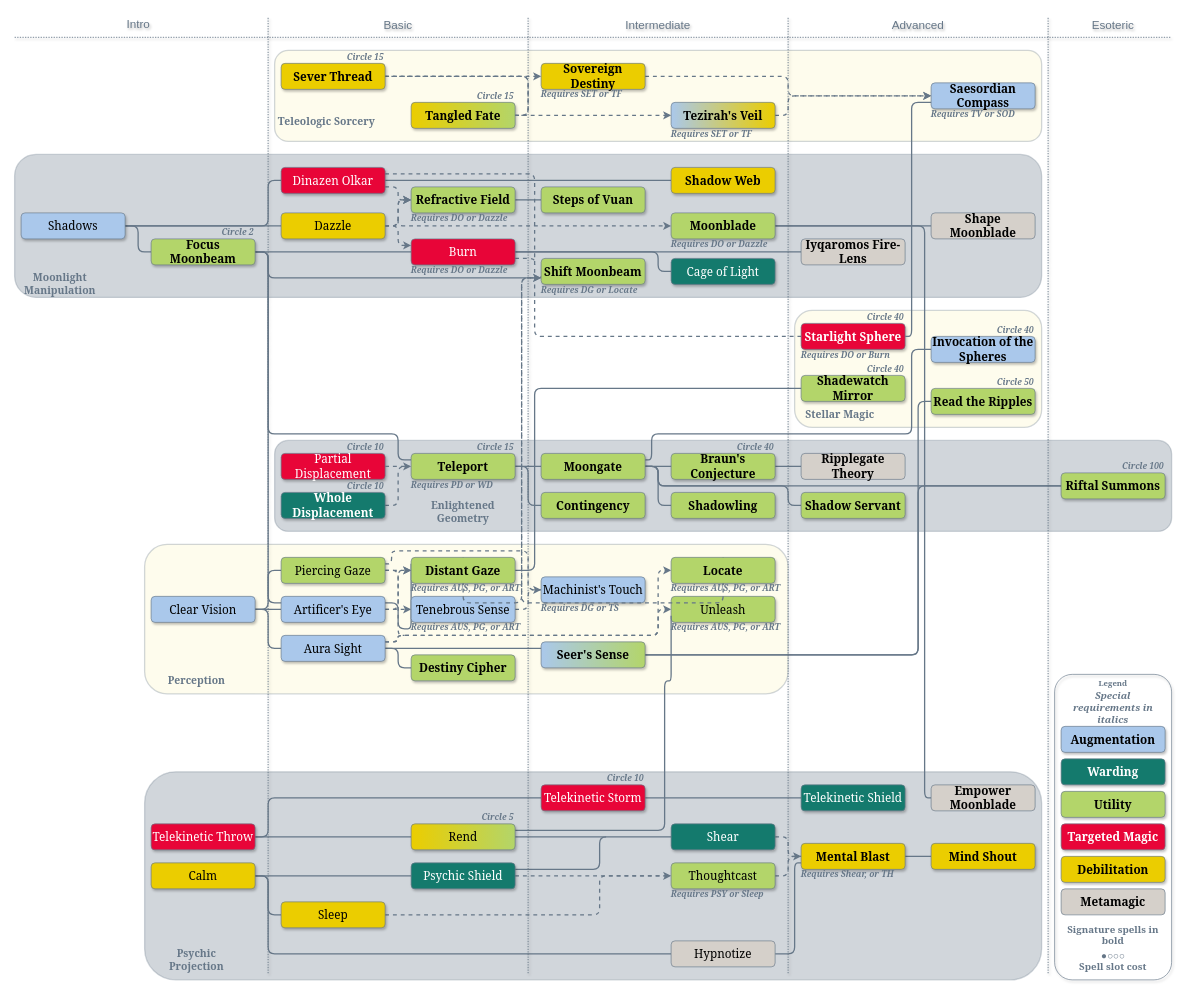
MahtraDR/dr-spell-trees keeps this draw.io diagram as Moon Mage/Moon_Mage.drawio. Above is the earlier version. Source tidied: cells renumbered, new cells numbered last; positions are measured from the earlier drawing's top-left corner, leaving out a move shared by most shapes. Both pictures are drawn from the tidied source at 65%, with x=0, y=0 at pixel (14, 11).
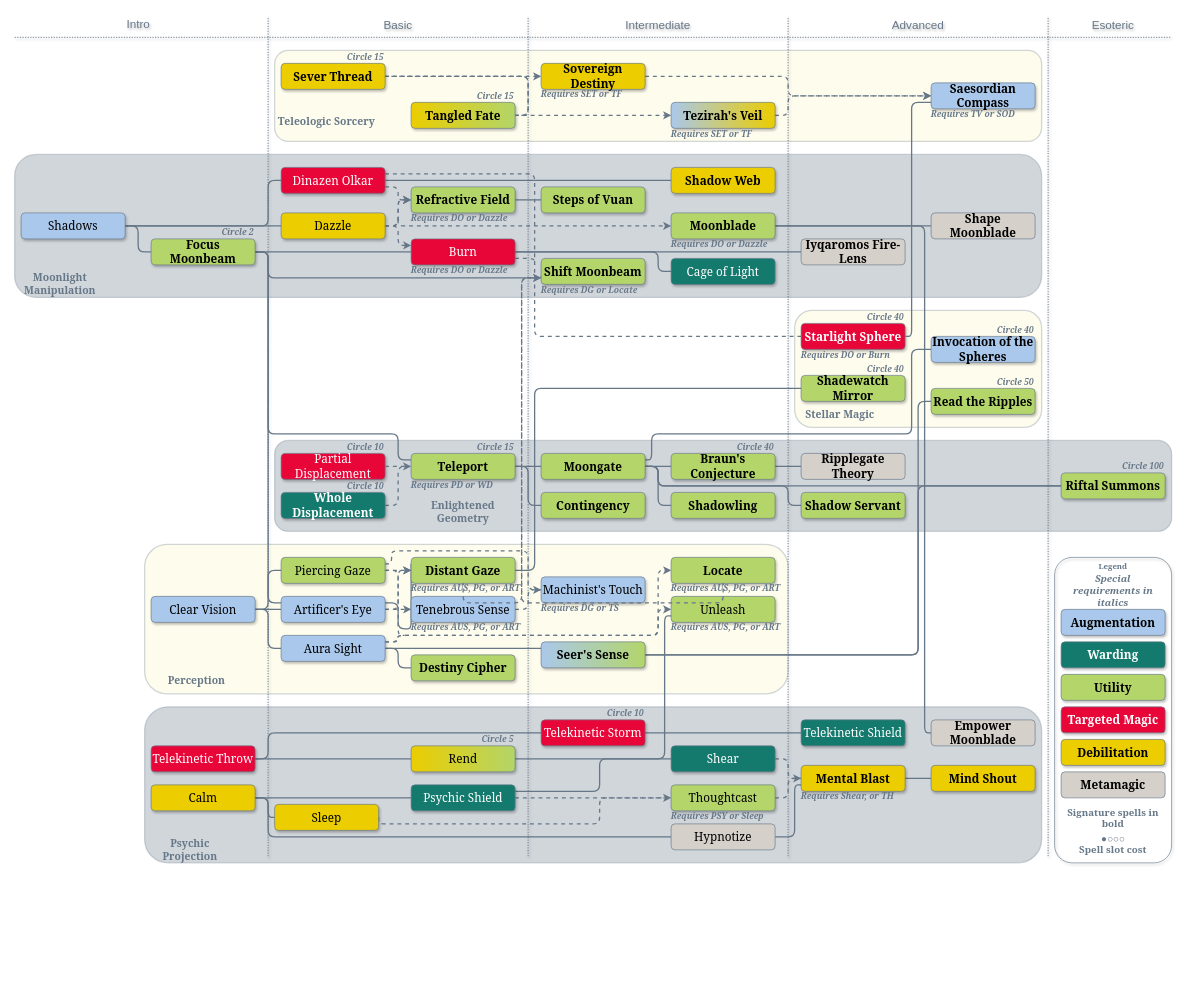
The same diagram, later.

The change refers to these unchanged cells:
```xml
<mxCell id="56" value="Moonblade" style="rounded=1;strokeWidth=1;strokeColor=#667788;textShadow=0;labelBackgroundColor=none;whiteSpace=wrap;fontSize=18;fontFamily=Georgia;fillColor=#B3D56A;fontColor=#000000;shadow=1;glass=0;align=center;verticalAlign=middle;fontStyle=1;" parent="14" vertex="1">
  <mxGeometry x="1010" y="310" width="160" height="40" as="geometry" />
</mxCell>
<mxCell id="101" value="Unleash" style="rounded=1;strokeWidth=1;strokeColor=#667788;textShadow=0;labelBackgroundColor=none;whiteSpace=wrap;fontSize=18;fontFamily=Georgia;fillColor=#B3D56A;fontColor=#000000;shadow=1;glass=0;align=center;verticalAlign=middle;fontStyle=0;" parent="14" vertex="1">
  <mxGeometry x="1010" y="900" width="160" height="40" as="geometry" />
</mxCell>
```

What changed in the source:
```diff
@@
     <mxCell id="8" style="rounded=1;fontFamily=Helvetica;fontSize=11;fontColor=default;labelBackgroundColor=none;fillColor=#667788;strokeColor=#667788;opacity=30;glass=0;shadow=0;align=center;verticalAlign=middle;gradientColor=none;strokeWidth=2;" parent="1" vertex="1">
-      <mxGeometry x="200" y="1170" width="1380" height="320" as="geometry" />
+      <mxGeometry x="200" y="1070" width="1380" height="240" as="geometry" />
     </mxCell>
@@
     <mxCell id="11" value="Psychic Projection" style="text;align=center;verticalAlign=middle;whiteSpace=wrap;rounded=0;fontStyle=1;fontSize=16;fontFamily=Georgia;fontColor=#667788;strokeColor=none;" parent="1" vertex="1">
-      <mxGeometry x="210" y="1440" width="140" height="40" as="geometry" />
+      <mxGeometry x="200" y="1270" width="140" height="40" as="geometry" />
     </mxCell>
@@
     <mxCell id="23" value="Mental Blast" style="rounded=1;strokeWidth=1;strokeColor=#667788;textShadow=0;labelBackgroundColor=none;whiteSpace=wrap;fontSize=18;fontFamily=Georgia;fillColor=#EBCD00;fontColor=#000000;shadow=1;glass=0;align=center;verticalAlign=middle;fontStyle=1;" parent="14" vertex="1">
-      <mxGeometry x="1210" y="1280" width="160" height="40" as="geometry" />
+      <mxGeometry x="1210" y="1160" width="160" height="40" as="geometry" />
     </mxCell>
@@
     <mxCell id="55" style="edgeStyle=orthogonalEdgeStyle;shape=connector;curved=0;rounded=1;jettySize=auto;html=1;exitX=1;exitY=0.5;exitDx=0;exitDy=0;entryX=0;entryY=0.5;entryDx=0;entryDy=0;strokeColor=#667788;strokeWidth=2;align=center;verticalAlign=middle;fontFamily=Helvetica;fontSize=11;fontColor=default;labelBackgroundColor=default;endArrow=none;endFill=0;jumpStyle=arc;" parent="14" edge="1" source="56" target="137">
       <mxGeometry relative="1" as="geometry">
         <Array as="points">
           <mxPoint x="1400" y="330" />
-          <mxPoint x="1400" y="1210" />
+          <mxPoint x="1400" y="1110" />
         </Array>
       </mxGeometry>
     </mxCell>
@@
     <mxCell id="108" style="edgeStyle=orthogonalEdgeStyle;shape=connector;curved=0;rounded=1;jettySize=auto;html=1;exitX=1;exitY=0.5;exitDx=0;exitDy=0;entryX=0;entryY=0.5;entryDx=0;entryDy=0;strokeColor=#667788;strokeWidth=2;align=center;verticalAlign=middle;fontFamily=Helvetica;fontSize=11;fontColor=default;labelBackgroundColor=default;endArrow=none;endFill=0;" parent="14" edge="1" source="109" target="139">
       <mxGeometry relative="1" as="geometry">
         <Array as="points">
-          <mxPoint x="390" y="1330" />
-          <mxPoint x="390" y="1450" />
+          <mxPoint x="390" y="1210" />
+          <mxPoint x="390" y="1270" />
         </Array>
       </mxGeometry>
     </mxCell>
     <mxCell id="109" value="Calm" style="rounded=1;strokeWidth=1;strokeColor=#667788;textShadow=0;labelBackgroundColor=none;whiteSpace=wrap;fontSize=18;fontFamily=Georgia;fillColor=#EBCD00;fontColor=#000000;shadow=1;glass=0;align=center;verticalAlign=middle;fontStyle=0;" parent="14" vertex="1">
-      <mxGeometry x="210" y="1310" width="160" height="40" as="geometry" />
+      <mxGeometry x="210" y="1190" width="160" height="40" as="geometry" />
     </mxCell>
@@
     <mxCell id="111" style="edgeStyle=orthogonalEdgeStyle;shape=connector;curved=0;rounded=1;jettySize=auto;html=1;exitX=1;exitY=0.5;exitDx=0;exitDy=0;entryX=0;entryY=0.5;entryDx=0;entryDy=0;strokeColor=#667788;strokeWidth=2;align=center;verticalAlign=middle;fontFamily=Helvetica;fontSize=11;fontColor=default;labelBackgroundColor=default;endArrow=none;endFill=0;" parent="14" edge="1" source="112" target="122">
       <mxGeometry relative="1" as="geometry">
         <Array as="points">
-          <mxPoint x="390" y="1270" />
-          <mxPoint x="390" y="1210" />
+          <mxPoint x="390" y="1150" />
+          <mxPoint x="390" y="1110" />
         </Array>
       </mxGeometry>
     </mxCell>
     <mxCell id="112" value="Telekinetic Throw" style="rounded=1;strokeWidth=1;strokeColor=#667788;textShadow=0;labelBackgroundColor=none;whiteSpace=wrap;fontSize=18;fontFamily=Georgia;fillColor=#E80538;fontColor=#FFFFFF;shadow=1;glass=0;align=center;verticalAlign=middle;fontStyle=0;gradientColor=none;gradientDirection=east;" parent="14" vertex="1">
-      <mxGeometry x="210" y="1250" width="160" height="40" as="geometry" />
+      <mxGeometry x="210" y="1130" width="160" height="40" as="geometry" />
     </mxCell>
@@
     <mxCell id="114" style="edgeStyle=orthogonalEdgeStyle;shape=connector;curved=0;rounded=1;jettySize=auto;html=1;exitX=1;exitY=0.25;exitDx=0;exitDy=0;entryX=0;entryY=0.5;entryDx=0;entryDy=0;strokeColor=#667788;strokeWidth=2;align=center;verticalAlign=middle;fontFamily=Helvetica;fontSize=11;fontColor=default;labelBackgroundColor=default;endArrow=none;endFill=0;" parent="14" edge="1" source="115" target="128">
       <mxGeometry relative="1" as="geometry">
         <Array as="points">
-          <mxPoint x="900" y="1320" />
-          <mxPoint x="900" y="1270" />
+          <mxPoint x="900" y="1200" />
+          <mxPoint x="900" y="1150" />
         </Array>
       </mxGeometry>
     </mxCell>
     <mxCell id="115" value="Psychic Shield" style="rounded=1;whiteSpace=wrap;fillColor=#147A6D;labelBackgroundColor=none;fontFamily=Georgia;fontSize=18;strokeColor=#667788;shadow=1;glass=0;strokeWidth=1;align=center;fontStyle=0;verticalAlign=middle;fontColor=#FFFFFF;textShadow=0;" parent="14" vertex="1">
-      <mxGeometry x="610" y="1310" width="160" height="40" as="geometry" />
+      <mxGeometry x="610" y="1190" width="160" height="40" as="geometry" />
     </mxCell>
     <mxCell id="116" style="edgeStyle=orthogonalEdgeStyle;shape=connector;curved=0;rounded=1;jettySize=auto;html=1;exitX=1;exitY=0.5;exitDx=0;exitDy=0;entryX=0;entryY=0.5;entryDx=0;entryDy=0;strokeColor=#667788;strokeWidth=2;align=center;verticalAlign=middle;fontFamily=Helvetica;fontSize=11;fontColor=default;labelBackgroundColor=default;endArrow=classic;endFill=1;dashed=1;" parent="14" edge="1" source="117" target="124">
       <mxGeometry relative="1" as="geometry">
         <Array as="points">
-          <mxPoint x="900" y="1390" />
-          <mxPoint x="900" y="1330" />
+          <mxPoint x="900" y="1250" />
+          <mxPoint x="900" y="1210" />
         </Array>
       </mxGeometry>
     </mxCell>
     <mxCell id="117" value="Sleep" style="rounded=1;strokeWidth=1;strokeColor=#667788;textShadow=0;labelBackgroundColor=none;whiteSpace=wrap;fontSize=18;fontFamily=Georgia;fillColor=#EBCD00;fontColor=#000000;shadow=1;glass=0;align=center;verticalAlign=middle;fontStyle=0;" parent="14" vertex="1">
-      <mxGeometry x="410" y="1370" width="160" height="40" as="geometry" />
+      <mxGeometry x="400" y="1220" width="160" height="40" as="geometry" />
     </mxCell>
-    <mxCell id="118" style="edgeStyle=orthogonalEdgeStyle;shape=connector;curved=0;rounded=1;jettySize=auto;html=1;exitX=1;exitY=0.5;exitDx=0;exitDy=0;strokeColor=#667788;strokeWidth=2;align=center;verticalAlign=middle;fontFamily=Helvetica;fontSize=11;fontColor=default;labelBackgroundColor=default;endArrow=none;endFill=0;" parent="14" edge="1" source="120">
-      <mxGeometry relative="1" as="geometry">
-        <mxPoint x="910" y="1270" as="targetPoint" />
-      </mxGeometry>
-    </mxCell>
-    <mxCell id="119" style="edgeStyle=orthogonalEdgeStyle;shape=connector;curved=0;rounded=1;jettySize=auto;html=1;exitX=1;exitY=0.25;exitDx=0;exitDy=0;entryX=0;entryY=0.75;entryDx=0;entryDy=0;strokeColor=#667788;strokeWidth=2;align=center;verticalAlign=middle;fontFamily=Helvetica;fontSize=11;fontColor=default;labelBackgroundColor=default;endArrow=none;endFill=0;" parent="14" edge="1" source="120" target="101">
+    <mxCell id="119" style="edgeStyle=orthogonalEdgeStyle;shape=connector;curved=0;rounded=1;jettySize=auto;html=1;exitX=1;exitY=0.5;exitDx=0;exitDy=0;entryX=0;entryY=0.75;entryDx=0;entryDy=0;strokeColor=#667788;strokeWidth=2;align=center;verticalAlign=middle;fontFamily=Helvetica;fontSize=11;fontColor=default;labelBackgroundColor=default;endArrow=none;endFill=0;" parent="14" edge="1" source="120" target="101">
       <mxGeometry relative="1" as="geometry">
         <Array as="points">
-          <mxPoint x="1000" y="1260" />
-          <mxPoint x="1000" y="1030" />
+          <mxPoint x="1000" y="1150" />
+          <mxPoint x="1000" y="930" />
         </Array>
       </mxGeometry>
     </mxCell>
     <mxCell id="120" value="Rend" style="rounded=1;strokeWidth=1;strokeColor=#667788;textShadow=0;labelBackgroundColor=none;whiteSpace=wrap;fontSize=18;fontFamily=Georgia;fillColor=#EBCD00;fontColor=#000000;shadow=1;glass=0;align=center;verticalAlign=middle;fontStyle=0;gradientColor=#B3D56A;gradientDirection=east;" parent="14" vertex="1">
-      <mxGeometry x="610" y="1250" width="160" height="40" as="geometry" />
+      <mxGeometry x="610" y="1130" width="160" height="40" as="geometry" />
     </mxCell>
@@
     <mxCell id="122" value="Telekinetic Storm" style="rounded=1;strokeWidth=1;strokeColor=#667788;textShadow=0;labelBackgroundColor=none;whiteSpace=wrap;fontSize=18;fontFamily=Georgia;fillColor=#E80538;fontColor=#FFFFFF;shadow=1;glass=0;align=center;verticalAlign=middle;fontStyle=0;gradientColor=none;gradientDirection=east;" parent="14" vertex="1">
-      <mxGeometry x="810" y="1190" width="160" height="40" as="geometry" />
+      <mxGeometry x="810" y="1090" width="160" height="40" as="geometry" />
     </mxCell>
@@
     <mxCell id="124" value="Thoughtcast" style="rounded=1;strokeWidth=1;strokeColor=#667788;textShadow=0;labelBackgroundColor=none;whiteSpace=wrap;fontSize=18;fontFamily=Georgia;fillColor=#B3D56A;fontColor=#000000;shadow=1;glass=0;align=center;verticalAlign=middle;fontStyle=0;" parent="14" vertex="1">
-      <mxGeometry x="1010" y="1310" width="160" height="40" as="geometry" />
+      <mxGeometry x="1010" y="1190" width="160" height="40" as="geometry" />
     </mxCell>
     <mxCell id="125" value="Mind Shout" style="rounded=1;strokeWidth=1;strokeColor=#667788;textShadow=0;labelBackgroundColor=none;whiteSpace=wrap;fontSize=18;fontFamily=Georgia;fillColor=#EBCD00;fontColor=#000000;shadow=1;glass=0;align=center;verticalAlign=middle;fontStyle=1;" parent="14" vertex="1">
-      <mxGeometry x="1410" y="1280" width="160" height="40" as="geometry" />
+      <mxGeometry x="1410" y="1160" width="160" height="40" as="geometry" />
     </mxCell>
     <mxCell id="126" value="Telekinetic Shield" style="rounded=1;whiteSpace=wrap;fillColor=#147A6D;labelBackgroundColor=none;fontFamily=Georgia;fontSize=18;strokeColor=#667788;shadow=1;glass=0;strokeWidth=1;align=center;fontStyle=0;verticalAlign=middle;fontColor=#FFFFFF;textShadow=0;" parent="14" vertex="1">
-      <mxGeometry x="1210" y="1190" width="160" height="40" as="geometry" />
+      <mxGeometry x="1210" y="1090" width="160" height="40" as="geometry" />
     </mxCell>
@@
     <mxCell id="128" value="Shear" style="rounded=1;whiteSpace=wrap;fillColor=#147A6D;labelBackgroundColor=none;fontFamily=Georgia;fontSize=18;strokeColor=#667788;shadow=1;glass=0;strokeWidth=1;align=center;fontStyle=0;verticalAlign=middle;fontColor=#FFFFFF;textShadow=0;" parent="14" vertex="1">
-      <mxGeometry x="1010" y="1250" width="160" height="40" as="geometry" />
+      <mxGeometry x="1010" y="1130" width="160" height="40" as="geometry" />
     </mxCell>
@@
     <mxCell id="137" value="Empower Moonblade" style="rounded=1;whiteSpace=wrap;fillColor=#D5D0CA;labelBackgroundColor=none;fontFamily=Georgia;fontSize=18;strokeColor=#667788;shadow=0;glass=0;strokeWidth=1;align=center;fontStyle=1;verticalAlign=middle;fontColor=#000000;textShadow=0;" parent="14" vertex="1">
-      <mxGeometry x="1410" y="1190" width="160" height="40" as="geometry" />
+      <mxGeometry x="1410" y="1090" width="160" height="40" as="geometry" />
     </mxCell>
     <mxCell id="138" style="edgeStyle=orthogonalEdgeStyle;shape=connector;curved=0;rounded=1;jettySize=auto;html=1;exitX=1;exitY=0.5;exitDx=0;exitDy=0;entryX=0;entryY=0.75;entryDx=0;entryDy=0;strokeColor=#667788;strokeWidth=2;align=center;verticalAlign=middle;fontFamily=Helvetica;fontSize=11;fontColor=default;labelBackgroundColor=default;endArrow=none;endFill=0;" parent="14" edge="1" source="139" target="23">
       <mxGeometry relative="1" as="geometry">
         <Array as="points">
-          <mxPoint x="1200" y="1450" />
-          <mxPoint x="1200" y="1310" />
+          <mxPoint x="1200" y="1270" />
+          <mxPoint x="1200" y="1190" />
         </Array>
       </mxGeometry>
     </mxCell>
     <mxCell id="139" value="Hypnotize" style="rounded=1;whiteSpace=wrap;fillColor=#D5D0CA;labelBackgroundColor=none;fontFamily=Georgia;fontSize=18;strokeColor=#667788;shadow=0;glass=0;strokeWidth=1;align=center;fontStyle=0;verticalAlign=middle;fontColor=#000000;textShadow=0;" parent="14" vertex="1">
-      <mxGeometry x="1010" y="1430" width="160" height="40" as="geometry" />
+      <mxGeometry x="1010" y="1250" width="160" height="40" as="geometry" />
     </mxCell>
@@
     <mxCell id="147" value="Legend" style="rounded=1;fillColor=none;verticalAlign=top;labelBackgroundColor=none;fontStyle=1;fontColor=#667788;fontFamily=Georgia;strokeColor=#667788;shadow=1;glass=0;strokeWidth=1;textShadow=0;whiteSpace=wrap;" parent="142" vertex="1">
-      <mxGeometry x="1600" y="1020" width="180" height="470" as="geometry" />
+      <mxGeometry x="1600" y="840" width="180" height="470" as="geometry" />
     </mxCell>
     <mxCell id="148" value="Metamagic" style="rounded=1;whiteSpace=wrap;fillColor=#D5D0CA;labelBackgroundColor=none;fontFamily=Georgia;fontSize=18;strokeColor=#667788;shadow=0;glass=0;strokeWidth=1;align=center;fontStyle=1;verticalAlign=middle;fontColor=#000000;textShadow=0;" parent="142" vertex="1">
-      <mxGeometry x="1610" y="1350" width="160" height="40" as="geometry" />
+      <mxGeometry x="1610" y="1170" width="160" height="40" as="geometry" />
     </mxCell>
     <mxCell id="149" value="Debilitation" style="rounded=1;whiteSpace=wrap;fillColor=#EBCD00;labelBackgroundColor=none;fontFamily=Georgia;fontSize=18;strokeColor=#667788;shadow=1;glass=0;strokeWidth=1;align=center;fontStyle=1;verticalAlign=middle;fontColor=#000000;textShadow=0;" parent="142" vertex="1">
-      <mxGeometry x="1610" y="1300" width="160" height="40" as="geometry" />
+      <mxGeometry x="1610" y="1120" width="160" height="40" as="geometry" />
     </mxCell>
     <mxCell id="150" value="Targeted Magic" style="rounded=1;whiteSpace=wrap;fillColor=#E80538;labelBackgroundColor=none;fontFamily=Georgia;fontSize=18;strokeColor=#667788;shadow=1;glass=0;strokeWidth=1;align=center;fontStyle=1;verticalAlign=middle;fontColor=#FFFFFF;textShadow=0;" parent="142" vertex="1">
-      <mxGeometry x="1610" y="1250" width="160" height="40" as="geometry" />
+      <mxGeometry x="1610" y="1070" width="160" height="40" as="geometry" />
     </mxCell>
     <mxCell id="151" value="Utility" style="rounded=1;whiteSpace=wrap;fillColor=#B3D56A;labelBackgroundColor=none;fontFamily=Georgia;fontSize=18;strokeColor=#667788;shadow=1;glass=0;strokeWidth=1;align=center;fontStyle=1;verticalAlign=middle;fontColor=#000000;textShadow=0;" parent="142" vertex="1">
-      <mxGeometry x="1610" y="1200" width="160" height="40" as="geometry" />
+      <mxGeometry x="1610" y="1020" width="160" height="40" as="geometry" />
     </mxCell>
     <mxCell id="152" value="Warding" style="rounded=1;whiteSpace=wrap;fillColor=#147A6D;labelBackgroundColor=none;fontFamily=Georgia;fontSize=18;strokeColor=#667788;shadow=1;glass=0;strokeWidth=1;align=center;fontStyle=1;verticalAlign=middle;fontColor=#FFFFFF;textShadow=0;" parent="142" vertex="1">
-      <mxGeometry x="1610" y="1150" width="160" height="40" as="geometry" />
+      <mxGeometry x="1610" y="970" width="160" height="40" as="geometry" />
     </mxCell>
     <mxCell id="153" value="Augmentation" style="rounded=1;whiteSpace=wrap;fillColor=#AAC8EB;labelBackgroundColor=none;fontFamily=Georgia;fontSize=18;strokeColor=#667788;shadow=1;glass=0;strokeWidth=1;fontColor=#000000;align=center;fontStyle=1;verticalAlign=middle;textShadow=0;" parent="142" vertex="1">
-      <mxGeometry x="1610" y="1100" width="160" height="40" as="geometry" />
+      <mxGeometry x="1610" y="920" width="160" height="40" as="geometry" />
     </mxCell>
     <mxCell id="154" value="Special requirements in italics" style="text;align=center;verticalAlign=middle;whiteSpace=wrap;rounded=1;fontFamily=Georgia;fontSize=15;fontColor=#667788;labelBackgroundColor=none;fontStyle=3;strokeColor=none;shadow=1;glass=0;strokeWidth=1;" parent="142" vertex="1">
-      <mxGeometry x="1610" y="1050" width="160" height="40" as="geometry" />
+      <mxGeometry x="1610" y="870" width="160" height="40" as="geometry" />
     </mxCell>
     <mxCell id="155" value="Signature spells in bold" style="text;align=center;verticalAlign=middle;whiteSpace=wrap;rounded=1;fontFamily=Georgia;fontSize=15;fontColor=#667788;labelBackgroundColor=none;fontStyle=1;strokeColor=none;shadow=1;glass=0;strokeWidth=1;" parent="142" vertex="1">
-      <mxGeometry x="1610" y="1400" width="160" height="40" as="geometry" />
+      <mxGeometry x="1610" y="1220" width="160" height="40" as="geometry" />
     </mxCell>
     <mxCell id="156" value="●○○○&#10;Spell slot cost" style="text;align=center;verticalAlign=middle;whiteSpace=wrap;rounded=1;fontFamily=Georgia;fontSize=15;fontColor=#667788;labelBackgroundColor=none;strokeColor=none;shadow=1;glass=0;strokeWidth=1;fontStyle=1;" parent="142" vertex="1">
-      <mxGeometry x="1610" y="1440" width="160" height="40" as="geometry" />
+      <mxGeometry x="1610" y="1260" width="160" height="40" as="geometry" />
     </mxCell>
     <mxCell id="157" style="html=1;rounded=0;strokeWidth=2;endArrow=none;endFill=0;dashed=1;exitX=0.633;exitY=0;exitDx=0;exitDy=0;exitPerimeter=0;labelBackgroundColor=none;shadow=1;fontColor=default;strokeColor=#667788;opacity=70;dashPattern=1 1;" parent="142" edge="1">
       <mxGeometry relative="1" as="geometry">
         <mxPoint x="1190" y="10" as="sourcePoint" />
-        <mxPoint x="1190" y="1480" as="targetPoint" />
+        <mxPoint x="1190" y="1300" as="targetPoint" />
       </mxGeometry>
     </mxCell>
     <mxCell id="158" style="html=1;rounded=0;strokeWidth=2;endArrow=none;endFill=0;dashed=1;exitX=0.633;exitY=0;exitDx=0;exitDy=0;exitPerimeter=0;labelBackgroundColor=none;shadow=1;fontColor=default;strokeColor=#667788;opacity=70;dashPattern=1 1;" parent="142" edge="1">
       <mxGeometry relative="1" as="geometry">
         <mxPoint x="1590" y="10" as="sourcePoint" />
-        <mxPoint x="1590" y="1480" as="targetPoint" />
+        <mxPoint x="1590" y="1300" as="targetPoint" />
       </mxGeometry>
     </mxCell>
@@
     <mxCell id="160" style="html=1;rounded=0;strokeWidth=2;endArrow=none;endFill=0;dashed=1;labelBackgroundColor=none;shadow=1;fontColor=default;strokeColor=#667788;opacity=70;dashPattern=1 1;" parent="142" edge="1">
       <mxGeometry relative="1" as="geometry">
         <mxPoint x="790" y="10" as="sourcePoint" />
-        <mxPoint x="790" y="1480" as="targetPoint" />
+        <mxPoint x="790" y="1300" as="targetPoint" />
       </mxGeometry>
     </mxCell>
     <mxCell id="161" style="html=1;rounded=0;strokeWidth=2;endArrow=none;endFill=0;dashed=1;labelBackgroundColor=none;shadow=1;fontColor=default;strokeColor=#667788;opacity=70;dashPattern=1 1;" parent="142" edge="1">
       <mxGeometry relative="1" as="geometry">
         <mxPoint x="390" y="10" as="sourcePoint" />
-        <mxPoint x="390" y="1480" as="targetPoint" />
+        <mxPoint x="390" y="1300" as="targetPoint" />
       </mxGeometry>
     </mxCell>
@@
     <mxCell id="175" value="Circle 10" style="text;align=right;verticalAlign=bottom;strokeColor=none;fillColor=none;fontFamily=Georgia;fontSize=13;fontColor=#667788;labelBackgroundColor=none;fontStyle=3;" parent="162" vertex="1">
-      <mxGeometry x="900" y="1160" width="70" height="30" as="geometry" />
+      <mxGeometry x="900" y="1060" width="70" height="30" as="geometry" />
     </mxCell>
     <mxCell id="176" value="Circle 5" style="text;align=right;verticalAlign=bottom;strokeColor=none;fillColor=none;fontFamily=Georgia;fontSize=13;fontColor=#667788;labelBackgroundColor=none;fontStyle=3;" parent="162" vertex="1">
-      <mxGeometry x="700" y="1220" width="70" height="30" as="geometry" />
+      <mxGeometry x="700" y="1100" width="70" height="30" as="geometry" />
     </mxCell>
@@
     <mxCell id="187" value="Requires PSY or Sleep" style="text;align=left;verticalAlign=top;strokeColor=none;fillColor=none;fontFamily=Georgia;fontSize=13;fontColor=#667788;labelBackgroundColor=none;spacing=0;spacingBottom=0;spacingTop=-4;fontStyle=3;" parent="177" vertex="1">
-      <mxGeometry x="1010" y="1350" width="150" height="20" as="geometry" />
+      <mxGeometry x="1010" y="1230" width="150" height="20" as="geometry" />
     </mxCell>
@@
     <mxCell id="192" value="Requires Shear, or TH" style="text;align=left;verticalAlign=top;strokeColor=none;fillColor=none;fontFamily=Georgia;fontSize=13;fontColor=#667788;labelBackgroundColor=none;spacing=0;spacingBottom=0;spacingTop=-4;fontStyle=3;" parent="177" vertex="1">
-      <mxGeometry x="1210" y="1320" width="150" height="20" as="geometry" />
+      <mxGeometry x="1210" y="1200" width="150" height="20" as="geometry" />
     </mxCell>
```
